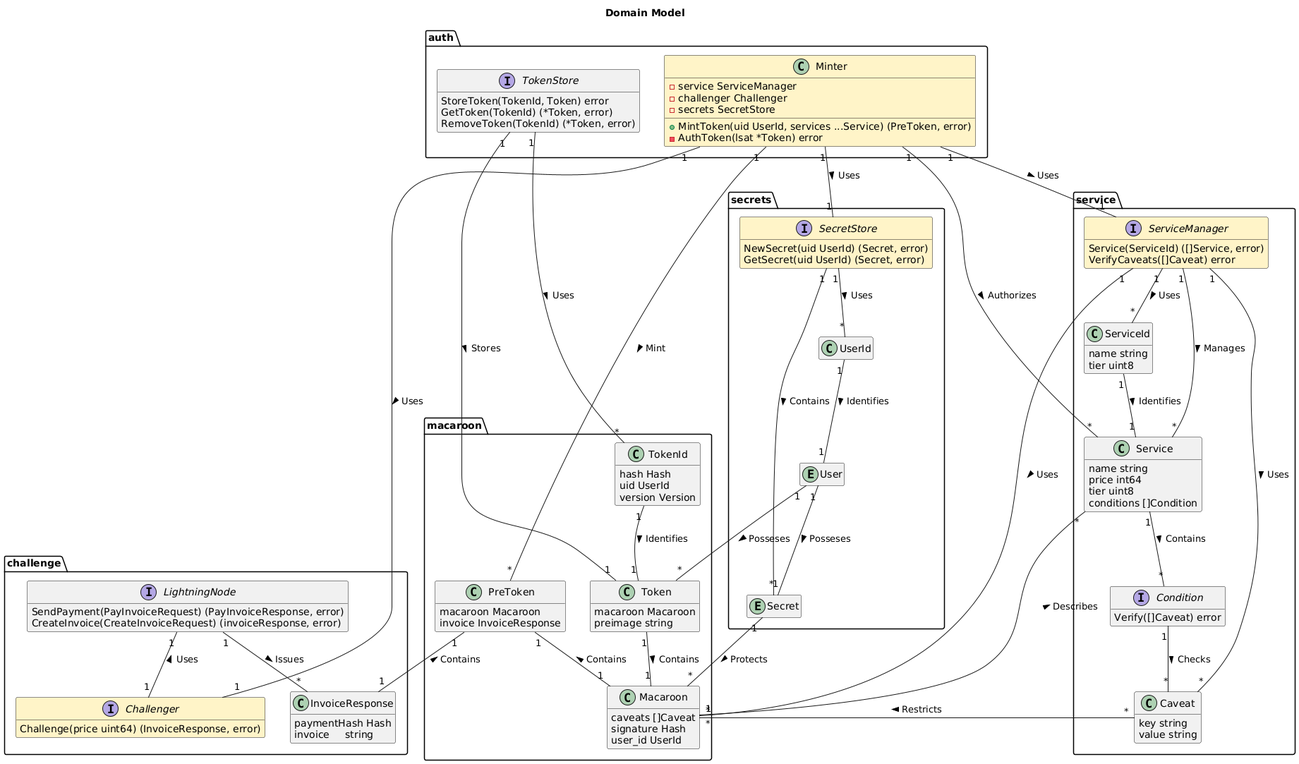
The PlantUML diagram out/MDD/Domain Model.png in Byzantium-ETS/lsat, before a commit.
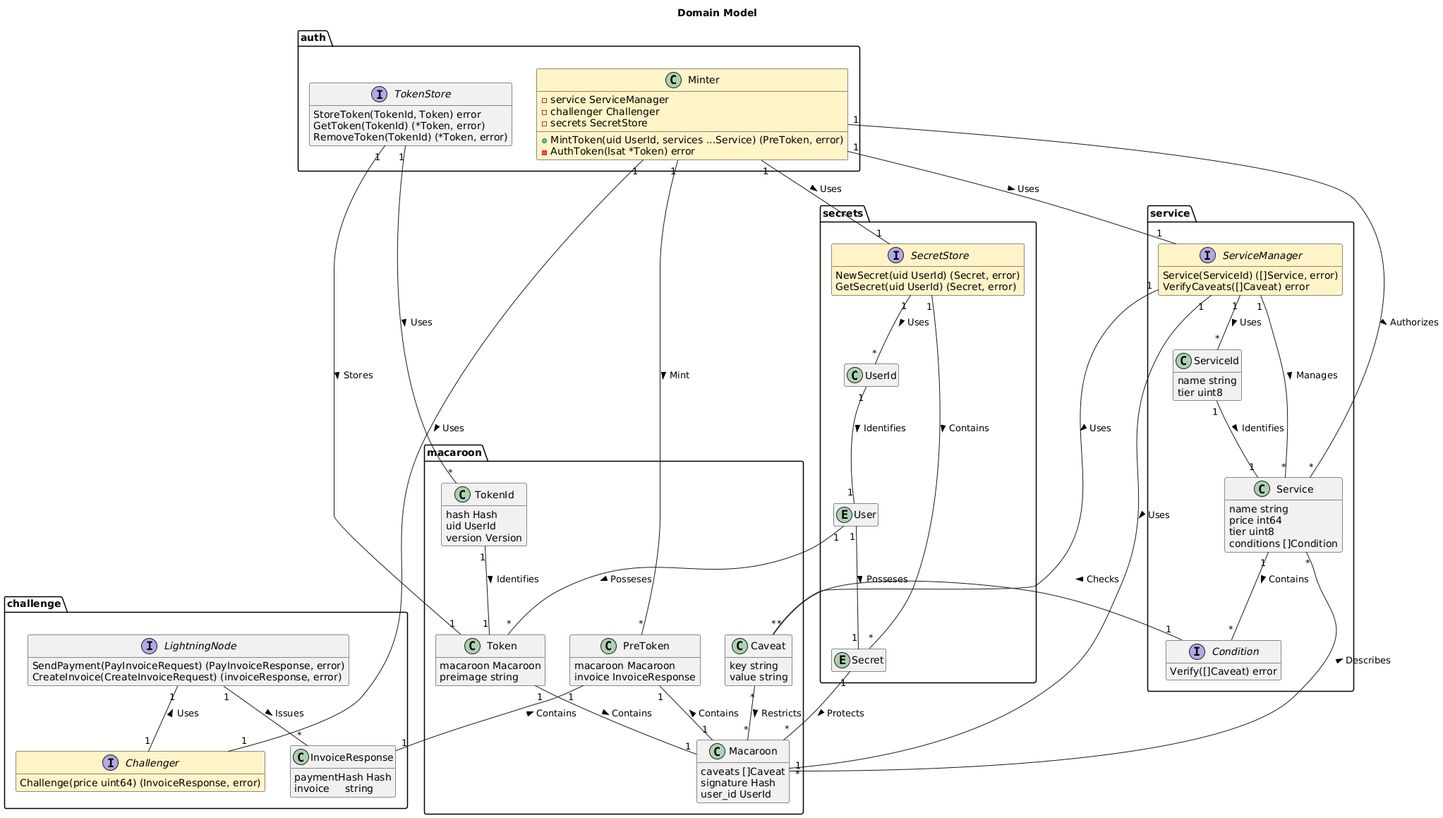
After the commit.

Commit message:
fix: update the domain model

What changed in the source:
```diff
@@ -47,6 +47,11 @@
     preimage string
   }
 
+  class "Caveat" as Ca {
+    key string
+    value string
+  }
+
   class "PreToken" as pToken {
     macaroon Macaroon
     invoice InvoiceResponse
@@ -93,11 +98,6 @@
     conditions []Condition
   }
 
-  class "Caveat" as Ca {
-    key string
-    value string
-  }
-
   interface "ServiceManager" as SM <<L402>> {
     Service(ServiceId) ([]Service, error)
     VerifyCaveats([]Caveat) error
```
